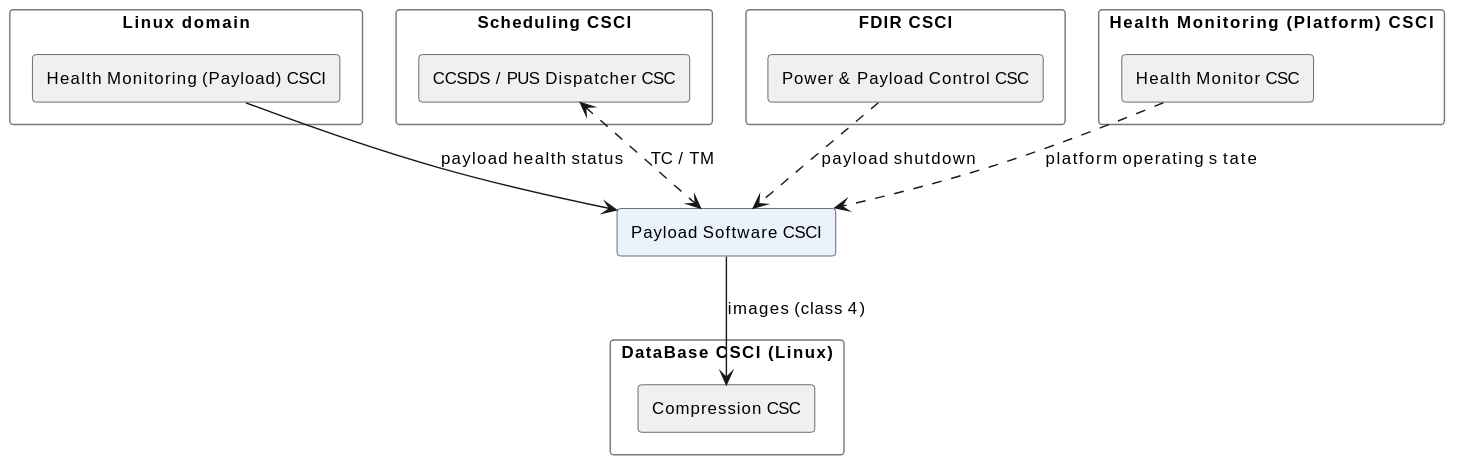
seapit/urban-memory keeps this PlantUML diagram as docs/payload_csci.svg. Above is the earlier version. Source of this version:
```plantuml
@startuml

skinparam componentStyle rectangle
skinparam packageStyle rectangle
skinparam shadowing false
skinparam nodesep 30
skinparam ranksep 58
skinparam defaultFontSize 12
skinparam wrapWidth 240
skinparam package {
  BackgroundColor #FFFFFF
  BorderColor #777777
}
skinparam component {
  BackgroundColor #FFFFFF
  BorderColor #333333
}
skinparam database {
  BackgroundColor #FFFFFF
  BorderColor #333333
}

component "Payload Software CSCI" as PAY #EAF2FB

package "Linux domain" as LINDOM {
  component "Health Monitoring (Payload) CSCI" as PHM #F0F0F0
}
package "DataBase CSCI (Linux)" as DBLX {
  component "Compression CSC" as COMP #F0F0F0
}
package "Scheduling CSCI" as SCHED {
  component "CCSDS / PUS Dispatcher CSC" as CCSDS #F0F0F0
}
package "FDIR CSCI" as FDIR {
  component "Power & Payload Control CSC" as PPC #F0F0F0
}
package "Health Monitoring (Platform) CSCI" as HM {
  component "Health Monitor CSC" as HMON #F0F0F0
}

PHM --> PAY : payload health status
PAY --> COMP : images (class 4)
CCSDS <..> PAY : TC / TM
PPC ..> PAY : payload shutdown
HMON ..> PAY : platform operating s tate
@enduml
```
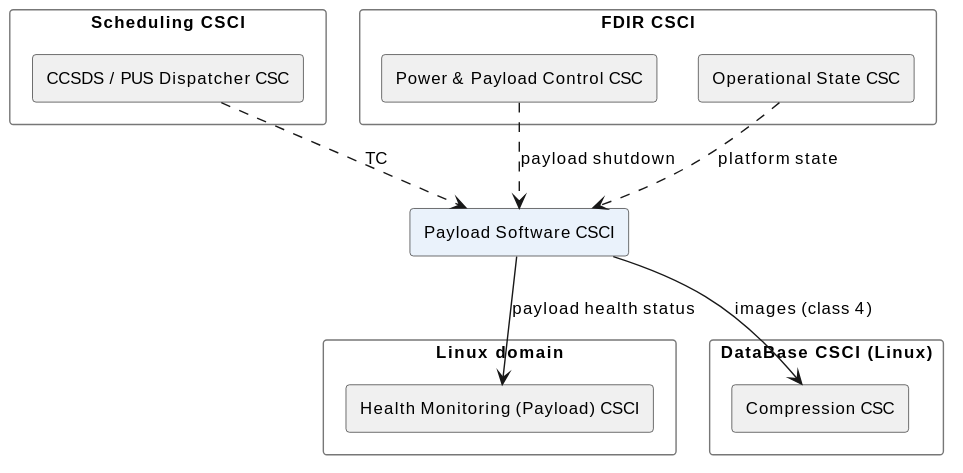
The same file after the commit.

What changed in the source:
```diff
@@ -1,5 +1,4 @@
 @startuml
-
 skinparam componentStyle rectangle
 skinparam packageStyle rectangle
 skinparam shadowing false
@@ -33,14 +32,12 @@
 }
 package "FDIR CSCI" as FDIR {
   component "Power & Payload Control CSC" as PPC #F0F0F0
-}
-package "Health Monitoring (Platform) CSCI" as HM {
-  component "Health Monitor CSC" as HMON #F0F0F0
+  component "Operational State CSC" as STATES #F0F0F0
 }
 
-PHM --> PAY : payload health status
+PAY --> PHM : payload health status
 PAY --> COMP : images (class 4)
-CCSDS <..> PAY : TC / TM
+CCSDS ..> PAY : TC
 PPC ..> PAY : payload shutdown
-HMON ..> PAY : platform operating s tate
+STATES ..> PAY : platform state
 @enduml
```
